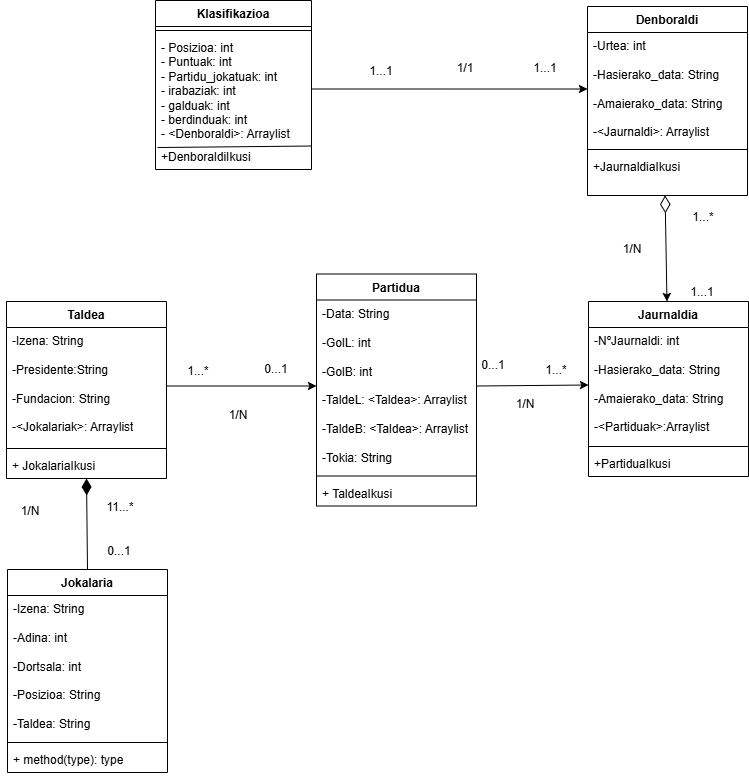
This is GarapenInguru/Klase_diagrama_Erronka.png from oierfptxurdinaga/T4E2Prog, a draw.io export, as it was before one commit. Source tidied: cells renumbered, new cells last; positions are measured from the earlier drawing's top-left corner, leaving out a move shared by most shapes.
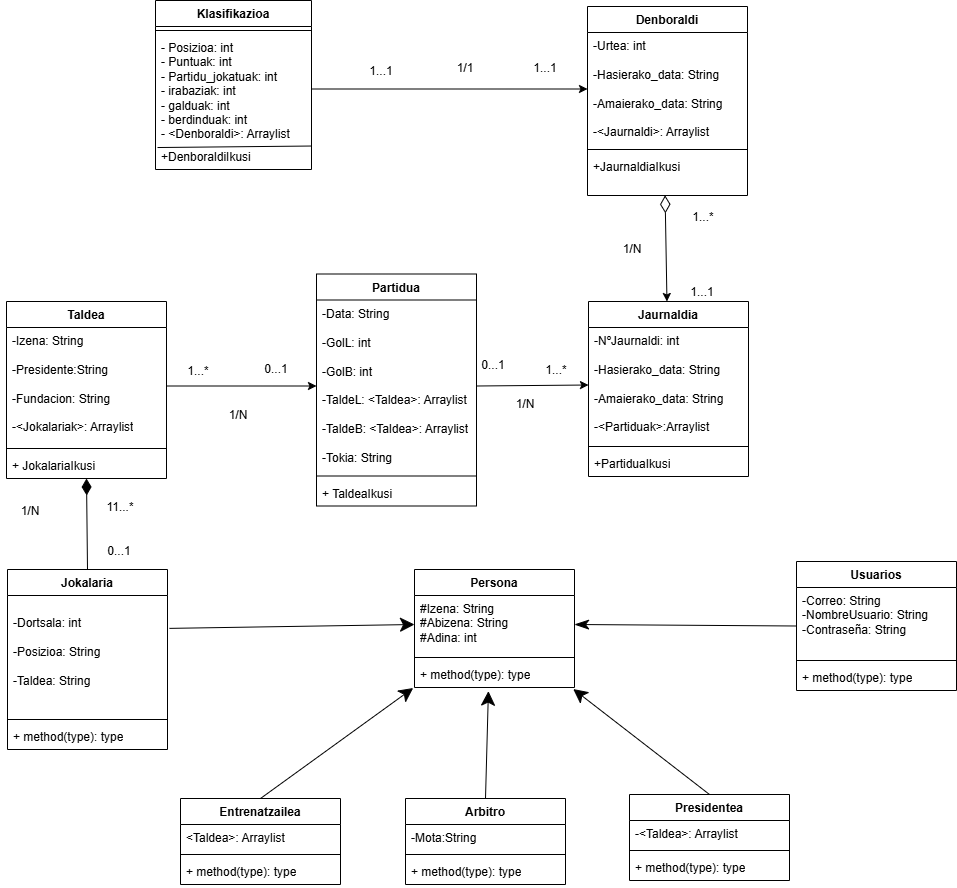
Later version of the same file.

Commit message:
Klase diagramaren bertsio berria eta pojoak

What changed in the source:
```diff
@@ -60,16 +60,16 @@
       <mxGeometry y="151" width="160" height="26" as="geometry" />
     </mxCell>
     <mxCell id="21" value="Jokalaria" style="swimlane;fontStyle=1;align=center;verticalAlign=top;horizontal=1;startSize=26;whiteSpace=wrap;html=1;" parent="1" vertex="1">
-      <mxGeometry x="7" y="569" width="160" height="203" as="geometry" />
+      <mxGeometry x="7" y="569" width="160" height="180" as="geometry" />
     </mxCell>
-    <mxCell id="22" value="-Izena: String&lt;div&gt;&lt;br&gt;&lt;/div&gt;&lt;div&gt;-Adina: int&lt;/div&gt;&lt;div&gt;&lt;br&gt;&lt;/div&gt;&lt;div&gt;-Dortsala: int&lt;/div&gt;&lt;div&gt;&lt;br&gt;&lt;/div&gt;&lt;div&gt;-Posizioa: String&lt;/div&gt;&lt;div&gt;&lt;br&gt;&lt;/div&gt;&lt;div&gt;-Taldea: String&lt;/div&gt;" style="text;strokeColor=none;fillColor=none;align=left;verticalAlign=top;spacingLeft=4;spacingRight=4;overflow=hidden;points=[[0,0.5],[1,0.5]];portConstraint=eastwest;whiteSpace=wrap;html=1;" parent="21" vertex="1">
-      <mxGeometry y="26" width="160" height="143" as="geometry" />
+    <mxCell id="22" value="&lt;div&gt;&lt;br&gt;&lt;/div&gt;&lt;div&gt;-Dortsala: int&lt;/div&gt;&lt;div&gt;&lt;br&gt;&lt;/div&gt;&lt;div&gt;-Posizioa: String&lt;/div&gt;&lt;div&gt;&lt;br&gt;&lt;/div&gt;&lt;div&gt;-Taldea: String&lt;/div&gt;" style="text;strokeColor=none;fillColor=none;align=left;verticalAlign=top;spacingLeft=4;spacingRight=4;overflow=hidden;points=[[0,0.5],[1,0.5]];portConstraint=eastwest;whiteSpace=wrap;html=1;" parent="21" vertex="1">
+      <mxGeometry y="26" width="160" height="120" as="geometry" />
     </mxCell>
     <mxCell id="23" style="line;strokeWidth=1;fillColor=none;align=left;verticalAlign=middle;spacingTop=-1;spacingLeft=3;spacingRight=3;labelPosition=right;strokeColor=inherit;" parent="21" vertex="1">
-      <mxGeometry y="169" width="160" height="8" as="geometry" />
+      <mxGeometry y="146" width="160" height="8" as="geometry" />
     </mxCell>
     <mxCell id="24" value="+ method(type): type" style="text;strokeColor=none;fillColor=none;align=left;verticalAlign=top;spacingLeft=4;spacingRight=4;overflow=hidden;whiteSpace=wrap;html=1;" parent="21" vertex="1">
-      <mxGeometry y="177" width="160" height="26" as="geometry" />
+      <mxGeometry y="154" width="160" height="26" as="geometry" />
     </mxCell>
     <mxCell id="25" style="edgeStyle=none;jettySize=auto;html=1;rounded=0;exitX=0.5;exitY=1;exitDx=0;exitDy=0;entryX=0.5;entryY=0;entryDx=0;entryDy=0;endArrow=none;endFill=0;startArrow=diamondThin;startFill=1;startSize=14;strokeColor=default;" parent="1" edge="1" source="17" target="21">
       <mxGeometry relative="1" as="geometry" />
@@ -137,5 +137,80 @@
     <mxCell id="46" value="1/N" style="text;html=1;whiteSpace=wrap;strokeColor=none;fillColor=none;align=center;verticalAlign=middle;rounded=0;" parent="1" vertex="1">
       <mxGeometry y="496" width="60" height="30" as="geometry" />
     </mxCell>
+    <mxCell id="47" value="Persona" style="swimlane;fontStyle=1;align=center;verticalAlign=top;horizontal=1;startSize=26;whiteSpace=wrap;html=1;" parent="1" vertex="1">
+      <mxGeometry x="414" y="569" width="160" height="118" as="geometry" />
+    </mxCell>
+    <mxCell id="48" value="#Izena: String&lt;div&gt;#Abizena: String&lt;/div&gt;&lt;div&gt;#Adina: int&lt;/div&gt;" style="text;strokeColor=none;fillColor=none;align=left;verticalAlign=top;spacingLeft=4;spacingRight=4;overflow=hidden;points=[[0,0.5],[1,0.5]];portConstraint=eastwest;whiteSpace=wrap;html=1;" parent="47" vertex="1">
+      <mxGeometry y="26" width="160" height="58" as="geometry" />
+    </mxCell>
+    <mxCell id="49" style="line;strokeWidth=1;fillColor=none;align=left;verticalAlign=middle;spacingTop=-1;spacingLeft=3;spacingRight=3;labelPosition=right;strokeColor=inherit;" parent="47" vertex="1">
+      <mxGeometry y="84" width="160" height="8" as="geometry" />
+    </mxCell>
+    <mxCell id="50" value="+ method(type): type" style="text;strokeColor=none;fillColor=none;align=left;verticalAlign=top;spacingLeft=4;spacingRight=4;overflow=hidden;points=[[0,0.5],[1,0.5]];portConstraint=eastwest;whiteSpace=wrap;html=1;" parent="47" vertex="1">
+      <mxGeometry y="92" width="160" height="26" as="geometry" />
+    </mxCell>
+    <mxCell id="51" value="Entrenatzailea" style="swimlane;fontStyle=1;align=center;verticalAlign=top;horizontal=1;startSize=26;whiteSpace=wrap;html=1;" parent="1" vertex="1">
+      <mxGeometry x="180" y="798" width="160" height="86" as="geometry" />
+    </mxCell>
+    <mxCell id="52" value="&amp;lt;Taldea&amp;gt;: Arraylist" style="text;strokeColor=none;fillColor=none;align=left;verticalAlign=top;spacingLeft=4;spacingRight=4;overflow=hidden;whiteSpace=wrap;html=1;" parent="51" vertex="1">
+      <mxGeometry y="26" width="160" height="26" as="geometry" />
+    </mxCell>
+    <mxCell id="53" style="line;strokeWidth=1;fillColor=none;align=left;verticalAlign=middle;spacingTop=-1;spacingLeft=3;spacingRight=3;labelPosition=right;strokeColor=inherit;" parent="51" vertex="1">
+      <mxGeometry y="52" width="160" height="8" as="geometry" />
+    </mxCell>
+    <mxCell id="54" value="+ method(type): type" style="text;strokeColor=none;fillColor=none;align=left;verticalAlign=top;spacingLeft=4;spacingRight=4;overflow=hidden;whiteSpace=wrap;html=1;" parent="51" vertex="1">
+      <mxGeometry y="60" width="160" height="26" as="geometry" />
+    </mxCell>
+    <mxCell id="55" value="Presidentea" style="swimlane;fontStyle=1;align=center;verticalAlign=top;horizontal=1;startSize=26;whiteSpace=wrap;html=1;" parent="1" vertex="1">
+      <mxGeometry x="629" y="794" width="160" height="86" as="geometry" />
+    </mxCell>
+    <mxCell id="56" value="-&amp;lt;Taldea&amp;gt;: Arraylist" style="text;strokeColor=none;fillColor=none;align=left;verticalAlign=top;spacingLeft=4;spacingRight=4;overflow=hidden;whiteSpace=wrap;html=1;" parent="55" vertex="1">
+      <mxGeometry y="26" width="160" height="26" as="geometry" />
+    </mxCell>
+    <mxCell id="57" style="line;strokeWidth=1;fillColor=none;align=left;verticalAlign=middle;spacingTop=-1;spacingLeft=3;spacingRight=3;labelPosition=right;strokeColor=inherit;" parent="55" vertex="1">
+      <mxGeometry y="52" width="160" height="8" as="geometry" />
+    </mxCell>
+    <mxCell id="58" value="+ method(type): type" style="text;strokeColor=none;fillColor=none;align=left;verticalAlign=top;spacingLeft=4;spacingRight=4;overflow=hidden;whiteSpace=wrap;html=1;" parent="55" vertex="1">
+      <mxGeometry y="60" width="160" height="26" as="geometry" />
+    </mxCell>
+    <mxCell id="59" value="Arbitro" style="swimlane;fontStyle=1;align=center;verticalAlign=top;horizontal=1;startSize=26;whiteSpace=wrap;html=1;" parent="1" vertex="1">
+      <mxGeometry x="405" y="798" width="160" height="86" as="geometry" />
+    </mxCell>
+    <mxCell id="60" value="-Mota:String" style="text;strokeColor=none;fillColor=none;align=left;verticalAlign=top;spacingLeft=4;spacingRight=4;overflow=hidden;whiteSpace=wrap;html=1;" parent="59" vertex="1">
+      <mxGeometry y="26" width="160" height="26" as="geometry" />
+    </mxCell>
+    <mxCell id="61" style="line;strokeWidth=1;fillColor=none;align=left;verticalAlign=middle;spacingTop=-1;spacingLeft=3;spacingRight=3;labelPosition=right;strokeColor=inherit;" parent="59" vertex="1">
+      <mxGeometry y="52" width="160" height="8" as="geometry" />
+    </mxCell>
+    <mxCell id="62" value="+ method(type): type" style="text;strokeColor=none;fillColor=none;align=left;verticalAlign=top;spacingLeft=4;spacingRight=4;overflow=hidden;whiteSpace=wrap;html=1;" parent="59" vertex="1">
+      <mxGeometry y="60" width="160" height="26" as="geometry" />
+    </mxCell>
+    <mxCell id="63" style="edgeStyle=none;jettySize=auto;html=1;rounded=0;exitX=1.012;exitY=0.274;exitDx=0;exitDy=0;entryX=0;entryY=0.5;entryDx=0;entryDy=0;endSize=12;exitPerimeter=0;" parent="1" edge="1" source="22" target="48">
+      <mxGeometry relative="1" as="geometry" />
+    </mxCell>
+    <mxCell id="64" style="edgeStyle=none;jettySize=auto;html=1;rounded=0;entryX=-0.008;entryY=1.019;entryDx=0;entryDy=0;entryPerimeter=0;exitX=0.5;exitY=0;exitDx=0;exitDy=0;endSize=12;" parent="1" edge="1" source="51" target="50">
+      <mxGeometry relative="1" as="geometry" />
+    </mxCell>
+    <mxCell id="65" style="edgeStyle=none;jettySize=auto;html=1;rounded=0;entryX=0.462;entryY=1.14;entryDx=0;entryDy=0;entryPerimeter=0;endArrow=classic;endFill=1;endSize=12;exitX=0.5;exitY=0;exitDx=0;exitDy=0;" parent="1" edge="1" source="59" target="50">
+      <mxGeometry relative="1" as="geometry" />
+    </mxCell>
+    <mxCell id="66" value="Usuarios" style="swimlane;fontStyle=1;align=center;verticalAlign=top;horizontal=1;startSize=26;whiteSpace=wrap;html=1;" parent="1" vertex="1">
+      <mxGeometry x="796" y="561" width="160" height="129" as="geometry" />
+    </mxCell>
+    <mxCell id="67" value="-Correo: String&lt;div&gt;-NombreUsuario: String&lt;/div&gt;&lt;div&gt;-Contraseña: String&lt;/div&gt;" style="text;strokeColor=none;fillColor=none;align=left;verticalAlign=top;spacingLeft=4;spacingRight=4;overflow=hidden;whiteSpace=wrap;html=1;" parent="66" vertex="1">
+      <mxGeometry y="26" width="160" height="69" as="geometry" />
+    </mxCell>
+    <mxCell id="68" style="line;strokeWidth=1;fillColor=none;align=left;verticalAlign=middle;spacingTop=-1;spacingLeft=3;spacingRight=3;labelPosition=right;strokeColor=inherit;" parent="66" vertex="1">
+      <mxGeometry y="95" width="160" height="8" as="geometry" />
+    </mxCell>
+    <mxCell id="69" value="+ method(type): type" style="text;strokeColor=none;fillColor=none;align=left;verticalAlign=top;spacingLeft=4;spacingRight=4;overflow=hidden;whiteSpace=wrap;html=1;" parent="66" vertex="1">
+      <mxGeometry y="103" width="160" height="26" as="geometry" />
+    </mxCell>
+    <mxCell id="70" style="edgeStyle=none;jettySize=auto;html=1;rounded=0;exitX=0.5;exitY=0;exitDx=0;exitDy=0;entryX=0.992;entryY=1.059;entryDx=0;entryDy=0;entryPerimeter=0;endArrow=classic;endFill=1;endSize=12;" parent="1" edge="1" source="55" target="50">
+      <mxGeometry relative="1" as="geometry" />
+    </mxCell>
+    <mxCell id="71" style="edgeStyle=none;jettySize=auto;html=1;rounded=0;entryX=1;entryY=0.5;entryDx=0;entryDy=0;exitX=0;exitY=0.5;exitDx=0;exitDy=0;endArrow=classicThin;endFill=1;endSize=12;" parent="1" edge="1" source="66" target="48">
+      <mxGeometry relative="1" as="geometry" />
+    </mxCell>
   </root>
 </mxGraphModel>
```
